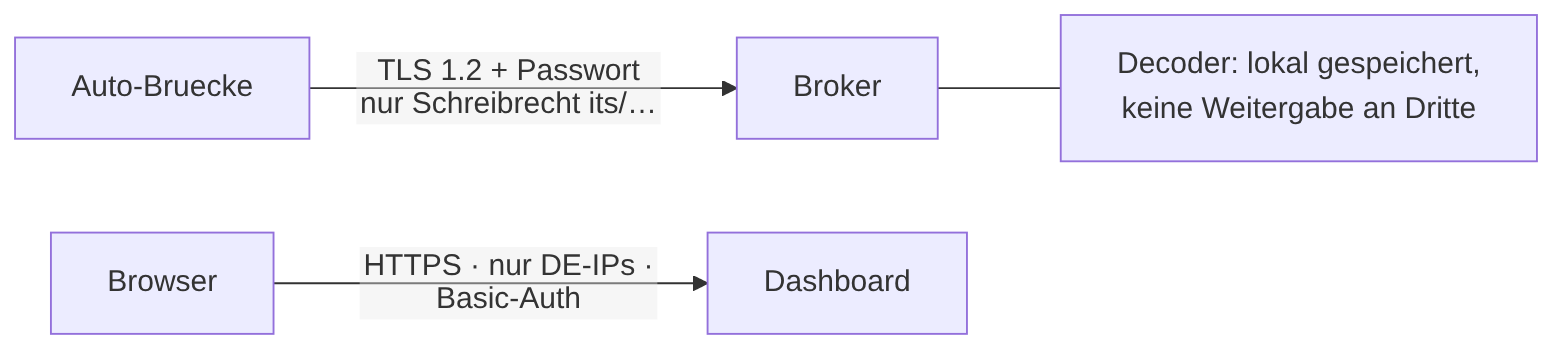
Earlier version of the Mermaid export docs/diagrams/00-architektur-4.png (icepaule/Ice-Traffic-Data). Its source is kept beside it as docs/diagrams/00-architektur-4.mmd.
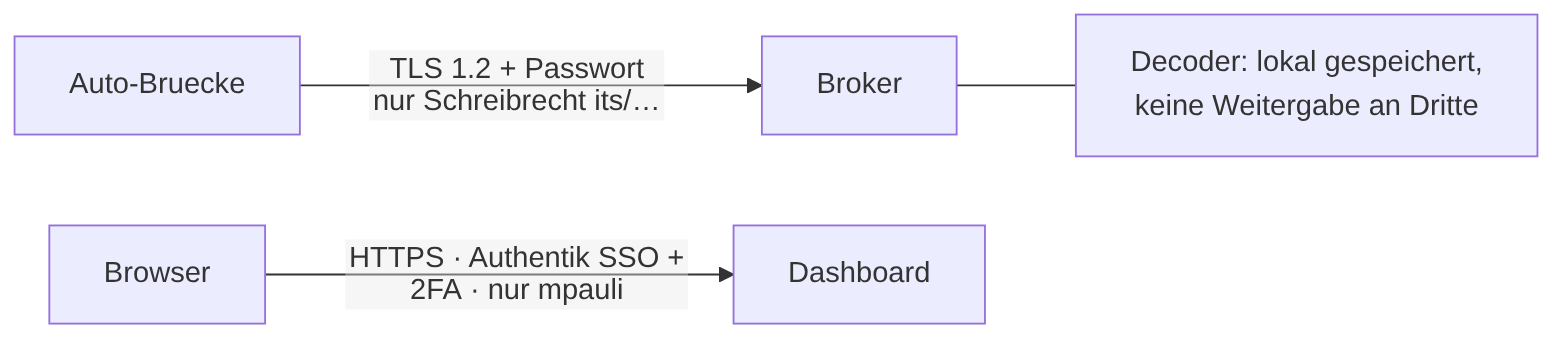
The same file after the commit.

Commit message:
Dashboard hinter Authentik SSO+2FA (nur mpauli); MQTT-TLS bleibt direkt

The edit, as a diff of the source:
```diff
@@ -1,4 +1,4 @@
 flowchart LR
     A["Auto-Bruecke"] -- "TLS 1.2 + Passwort<br/>nur Schreibrecht its/…" --> B["Broker"]
-    C["Browser"] -- "HTTPS · nur DE-IPs · Basic-Auth" --> D["Dashboard"]
+    C["Browser"] -- "HTTPS · Authentik SSO + 2FA · nur mpauli" --> D["Dashboard"]
     B --- E["Decoder: lokal gespeichert,<br/>keine Weitergabe an Dritte"]
```
